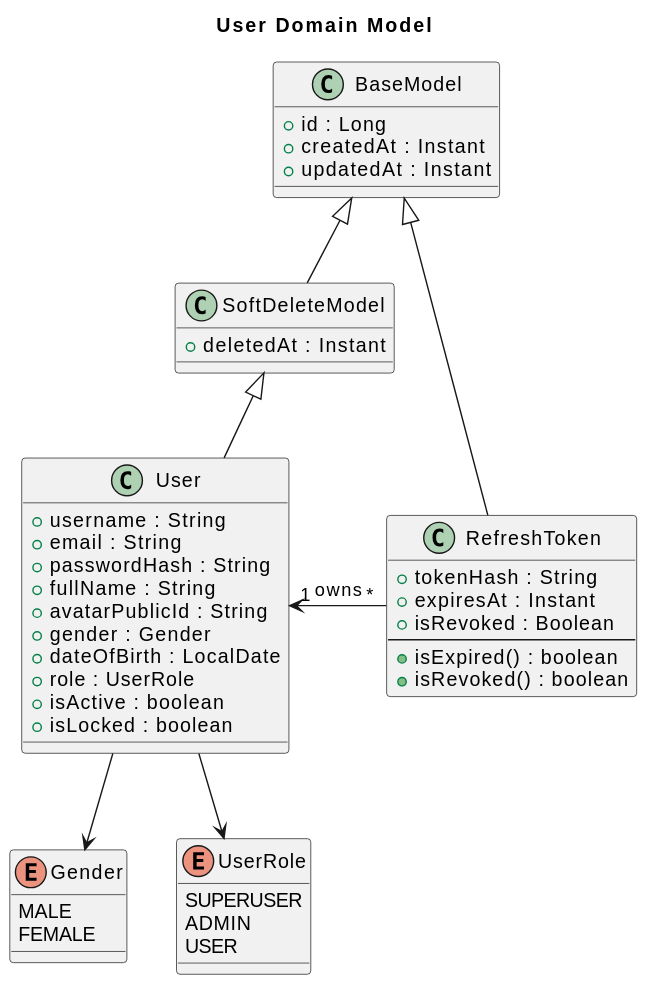
Earlier version of the PlantUML export docs/class/01_user_domain.svg (ximofam/web_game_chess_online). Its diagram source:
```plantuml
@startuml
title User Domain Model

class BaseModel {
    +id : Long
    +createdAt : Instant
    +updatedAt : Instant
}

class SoftDeleteModel {
    +deletedAt : Instant
}

class User {
    +username : String
    +email : String
    +passwordHash : String
    +fullName : String
    +avatarPublicId : String
    +gender : Gender
    +dateOfBirth : LocalDate
    +role : UserRole
    +isActive : boolean
    +isLocked : boolean
}

class RefreshToken {
    +tokenHash : String
    +expiresAt : Instant
    +isRevoked : Boolean
    --
    +isExpired() : boolean
    +isRevoked() : boolean
}

enum Gender {
    MALE
    FEMALE
}

enum UserRole {
    SUPERUSER
    ADMIN
    USER
}

BaseModel <|-- SoftDeleteModel
SoftDeleteModel <|-- User

BaseModel <|-- RefreshToken

User --> Gender
User --> UserRole

User "1" <-r- "*" RefreshToken : owns
@enduml
```
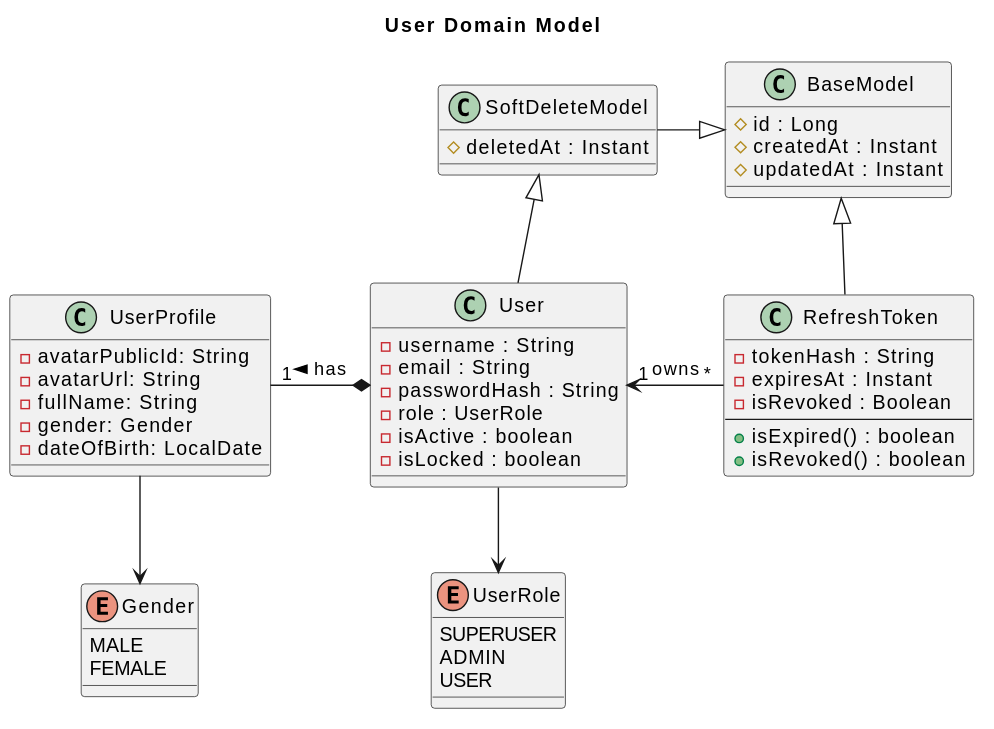
After the commit.

Commit message:
ci: auto-generate SVG from PUML

The edit, as a diff of the source:
```diff
@@ -2,32 +2,36 @@
 title User Domain Model
 
 class BaseModel {
-    +id : Long
-    +createdAt : Instant
-    +updatedAt : Instant
+    # id : Long
+    # createdAt : Instant
+    # updatedAt : Instant
 }
 
 class SoftDeleteModel {
-    +deletedAt : Instant
+    # deletedAt : Instant
 }
 
 class User {
-    +username : String
-    +email : String
-    +passwordHash : String
-    +fullName : String
-    +avatarPublicId : String
-    +gender : Gender
-    +dateOfBirth : LocalDate
-    +role : UserRole
-    +isActive : boolean
-    +isLocked : boolean
+    - username : String
+    - email : String
+    - passwordHash : String
+    - role : UserRole
+    - isActive : boolean
+    - isLocked : boolean
+}
+
+class UserProfile {
+    - avatarPublicId: String
+    - avatarUrl: String
+    - fullName: String
+    - gender: Gender
+    - dateOfBirth: LocalDate
 }
 
 class RefreshToken {
-    +tokenHash : String
-    +expiresAt : Instant
-    +isRevoked : Boolean
+    - tokenHash : String
+    - expiresAt : Instant
+    - isRevoked : Boolean
     --
     +isExpired() : boolean
     +isRevoked() : boolean
@@ -44,13 +48,13 @@
     USER
 }
 
-BaseModel <|-- SoftDeleteModel
+BaseModel <|-l- SoftDeleteModel
 SoftDeleteModel <|-- User
 
 BaseModel <|-- RefreshToken
 
-User --> Gender
+UserProfile --> Gender
 User --> UserRole
-
+User *-l- "1" UserProfile : has >
 User "1" <-r- "*" RefreshToken : owns
 @enduml
```
